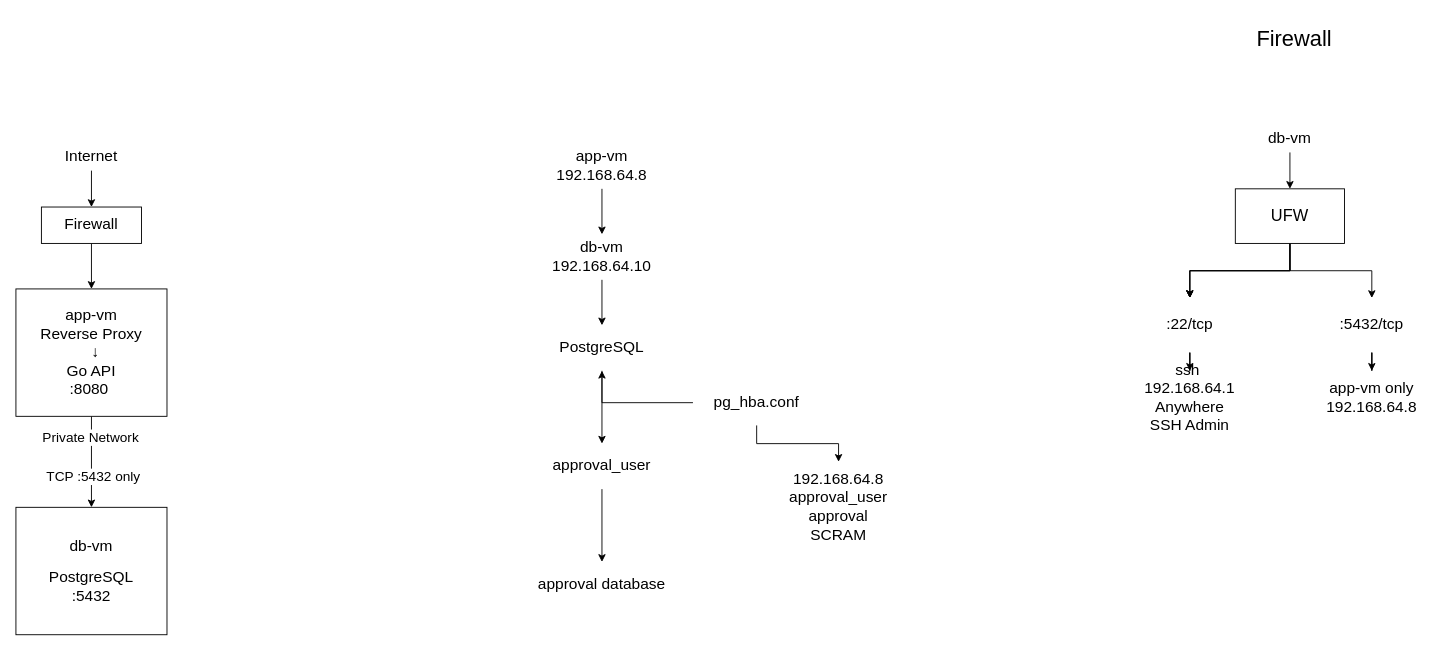
Before: Untitled Diagram.drawio in BewSorawit/multi-tenant-workflow-approval, a draw.io diagram. Source tidied: cells renumbered, new cells numbered last; positions are measured from the earlier drawing's top-left corner, leaving out a move shared by most shapes. Both pictures are drawn from the tidied source at 91%, with x=0, y=0 at pixel (15, 15).
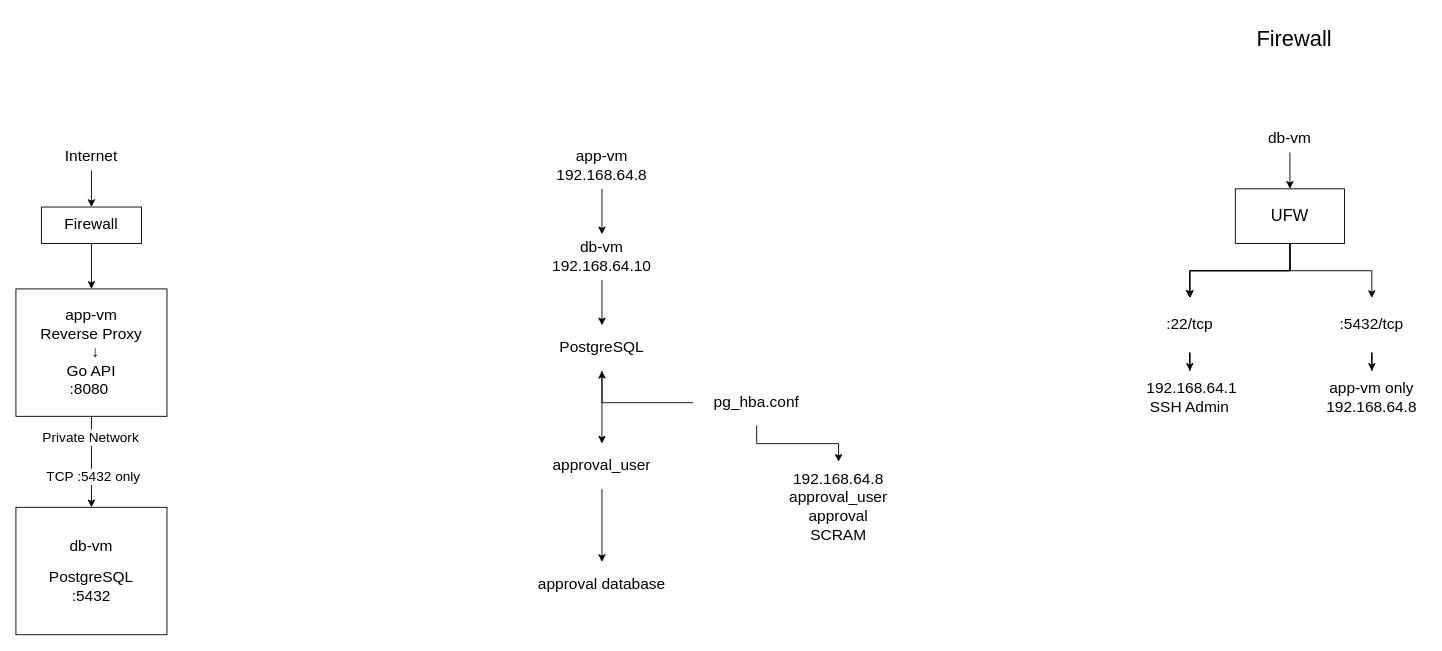
The same diagram, later.

The edit, as a diff of the source:
```diff
@@
-    <mxCell id="36" value="&lt;font style=&quot;font-size: 17px;&quot;&gt;ssh&amp;nbsp; 192.168.64.1&lt;/font&gt;&lt;div&gt;&lt;font style=&quot;font-size: 17px;&quot;&gt;Anywhere&lt;/font&gt;&lt;/div&gt;&lt;div&gt;&lt;font style=&quot;&quot;&gt;&lt;span style=&quot;font-size: 17px;&quot;&gt;SSH Admin&lt;/span&gt;&lt;/font&gt;&lt;/div&gt;" style="whiteSpace=wrap;html=1;strokeColor=none;fillColor=none;" parent="1" vertex="1">
+    <mxCell id="36" value="&lt;font style=&quot;font-size: 17px;&quot;&gt;&amp;nbsp;192.168.64.1&lt;/font&gt;&lt;div&gt;&lt;font style=&quot;&quot;&gt;&lt;span style=&quot;font-size: 17px;&quot;&gt;SSH Admin&lt;/span&gt;&lt;/font&gt;&lt;/div&gt;" style="whiteSpace=wrap;html=1;strokeColor=none;fillColor=none;" parent="1" vertex="1">
       <mxGeometry x="1230" y="390" width="120" height="60" as="geometry" />
     </mxCell>
```
